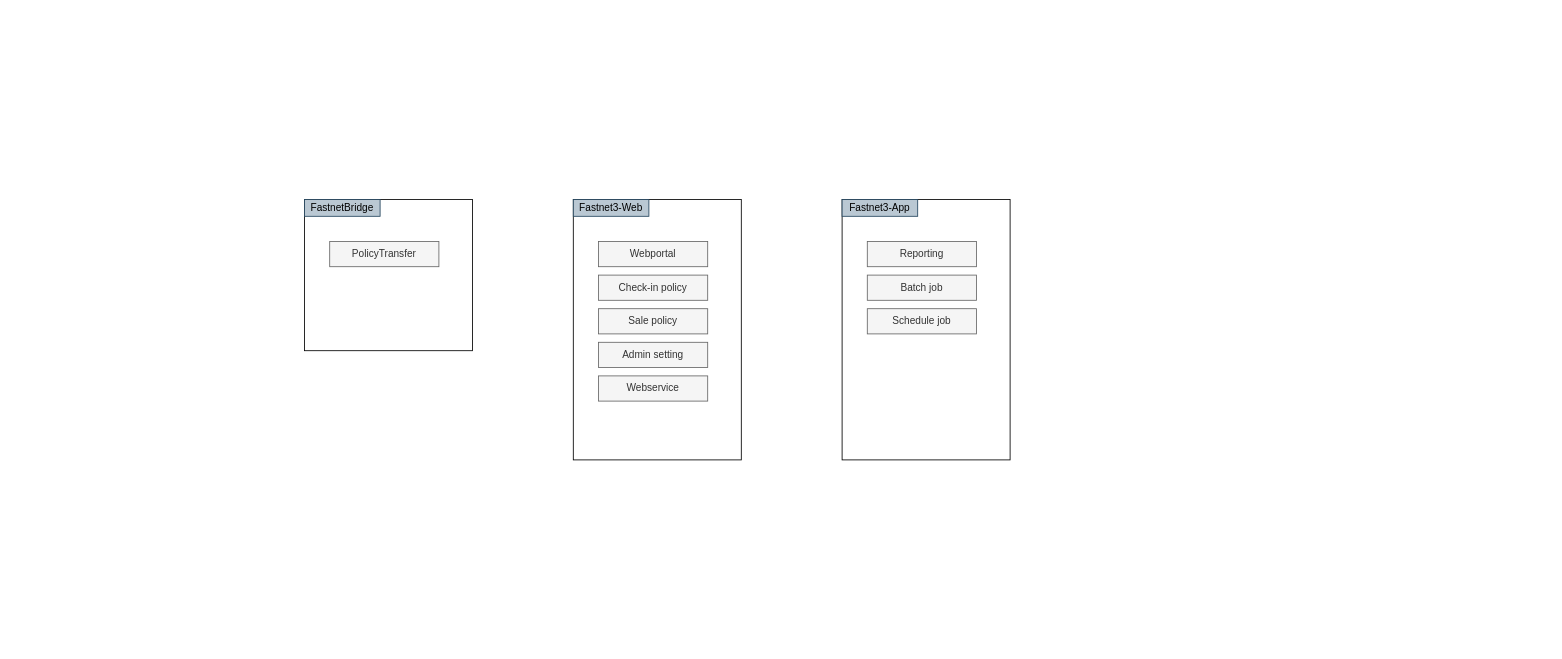
The draw.io diagram FN3-overview.drawio in phatcharalaw/my-doc, before the edit. Source tidied: cells renumbered, new cells numbered last; positions are measured from the earlier drawing's top-left corner, leaving out a move shared by most shapes. Both pictures are drawn from the tidied source at 84%, with x=0, y=0 at pixel (304, 199).
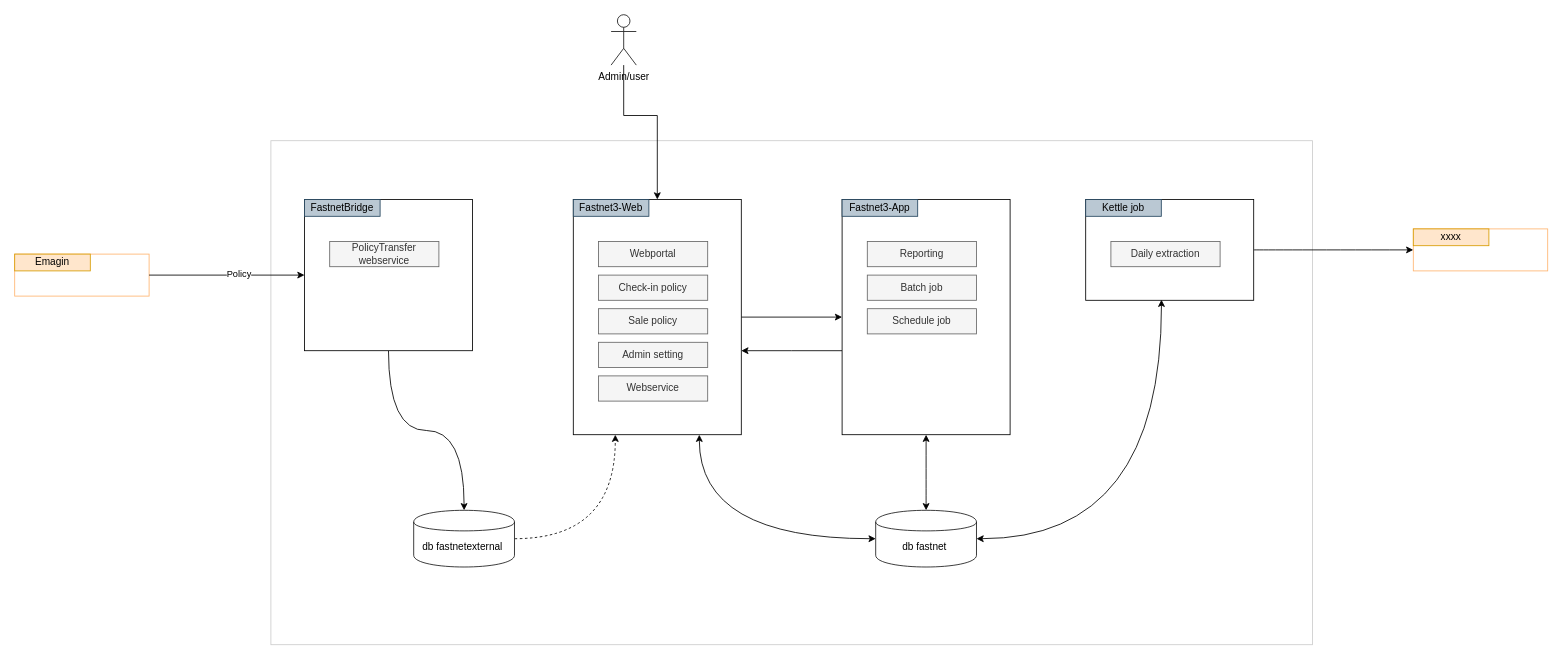
The same page after the edit.

Unchanged cells that the change refers to:
```xml
<mxCell id="2" style="rounded=0;whiteSpace=wrap;html=1;" parent="1" vertex="1">
  <mxGeometry width="200" height="180" as="geometry" />
</mxCell>
```

Change to the diagram source:
```diff
@@
+    <mxCell id="17" style="rounded=0;whiteSpace=wrap;html=1;strokeColor=#FFB570;" parent="1" vertex="1">
+      <mxGeometry x="-345" y="65" width="160" height="50" as="geometry" />
+    </mxCell>
+    <mxCell id="18" style="rounded=0;whiteSpace=wrap;html=1;strokeColor=#CCCCCC;" parent="1" vertex="1">
+      <mxGeometry x="-40" y="-70" width="1240" height="600" as="geometry" />
+    </mxCell>
+    <mxCell id="19" style="edgeStyle=orthogonalEdgeStyle;rounded=0;jettySize=auto;html=1;entryX=0.5;entryY=0;entryDx=0;entryDy=0;curved=1;" parent="1" edge="1" source="2" target="33">
+      <mxGeometry relative="1" as="geometry" />
+    </mxCell>
@@
-    <mxCell id="4" value="PolicyTransfer" style="rounded=0;whiteSpace=wrap;html=1;fillColor=#f5f5f5;strokeColor=#666666;fontColor=#333333;" parent="1" vertex="1">
+    <mxCell id="4" value="PolicyTransfer webservice" style="rounded=0;whiteSpace=wrap;html=1;fillColor=#f5f5f5;strokeColor=#666666;fontColor=#333333;" parent="1" vertex="1">
       <mxGeometry x="30" y="50" width="130" height="30" as="geometry" />
     </mxCell>
+    <mxCell id="20" style="edgeStyle=orthogonalEdgeStyle;rounded=0;jettySize=auto;html=1;entryX=0;entryY=0.5;entryDx=0;entryDy=0;" parent="1" edge="1" source="5" target="11">
+      <mxGeometry relative="1" as="geometry" />
+    </mxCell>
     <mxCell id="5" style="rounded=0;whiteSpace=wrap;html=1;" parent="1" vertex="1">
-      <mxGeometry x="320" width="200" height="310" as="geometry" />
+      <mxGeometry x="320" width="200" height="280" as="geometry" />
     </mxCell>
@@
+    <mxCell id="21" style="edgeStyle=orthogonalEdgeStyle;rounded=0;jettySize=auto;html=1;" parent="1" edge="1" source="11" target="5">
+      <mxGeometry relative="1" as="geometry">
+        <Array as="points">
+          <mxPoint x="580" y="180" />
+          <mxPoint x="580" y="180" />
+        </Array>
+      </mxGeometry>
+    </mxCell>
     <mxCell id="11" style="rounded=0;whiteSpace=wrap;html=1;" parent="1" vertex="1">
-      <mxGeometry x="640" width="200" height="310" as="geometry" />
+      <mxGeometry x="640" width="200" height="280" as="geometry" />
     </mxCell>
@@
+    <mxCell id="22" style="edgeStyle=orthogonalEdgeStyle;rounded=0;jettySize=auto;html=1;" parent="1" edge="1" source="17" target="2">
+      <mxGeometry relative="1" as="geometry" />
+    </mxCell>
+    <mxCell id="23" value="Policy" style="edgeLabel;html=1;align=center;verticalAlign=middle;" parent="22" vertex="1">
+      <mxGeometry x="0.14" y="2" relative="1" as="geometry">
+        <mxPoint x="1" as="offset" />
+      </mxGeometry>
+    </mxCell>
+    <mxCell id="24" style="group;" parent="1" vertex="1">
+      <mxGeometry x="-345" y="65" width="160" height="50" as="geometry" />
+    </mxCell>
+    <mxCell id="25" value="Emagin" style="rounded=0;whiteSpace=wrap;html=1;fillColor=#ffe6cc;strokeColor=#d79b00;" parent="24" vertex="1">
+      <mxGeometry width="90" height="20" as="geometry" />
+    </mxCell>
+    <mxCell id="26" style="edgeStyle=orthogonalEdgeStyle;rounded=0;jettySize=auto;html=1;entryX=0.5;entryY=0;entryDx=0;entryDy=0;" parent="1" edge="1" source="27" target="5">
+      <mxGeometry relative="1" as="geometry">
+        <Array as="points">
+          <mxPoint x="380" y="-100" />
+          <mxPoint x="420" y="-100" />
+        </Array>
+      </mxGeometry>
+    </mxCell>
+    <mxCell id="27" value="Admin/user" style="shape=umlActor;verticalLabelPosition=bottom;verticalAlign=top;html=1;outlineConnect=0;strokeColor=#1A1A1A;" parent="1" vertex="1">
+      <mxGeometry x="365" y="-220" width="30" height="60" as="geometry" />
+    </mxCell>
+    <mxCell id="28" style="edgeStyle=orthogonalEdgeStyle;curved=1;rounded=0;jettySize=auto;html=1;entryX=0;entryY=0.5;entryDx=0;entryDy=0;startArrow=none;startFill=0;endArrow=classic;endFill=1;" parent="1" edge="1" source="29" target="38">
+      <mxGeometry relative="1" as="geometry" />
+    </mxCell>
+    <mxCell id="29" style="rounded=0;whiteSpace=wrap;html=1;" parent="1" vertex="1">
+      <mxGeometry x="930" width="200" height="120" as="geometry" />
+    </mxCell>
+    <mxCell id="30" value="Kettle job" style="rounded=0;whiteSpace=wrap;html=1;fillColor=#bac8d3;strokeColor=#23445d;" parent="1" vertex="1">
+      <mxGeometry x="930" width="90" height="20" as="geometry" />
+    </mxCell>
+    <mxCell id="31" value="Daily extraction" style="rounded=0;whiteSpace=wrap;html=1;fillColor=#f5f5f5;strokeColor=#666666;fontColor=#333333;" parent="1" vertex="1">
+      <mxGeometry x="960" y="50" width="130" height="30" as="geometry" />
+    </mxCell>
+    <mxCell id="32" style="edgeStyle=orthogonalEdgeStyle;curved=1;rounded=0;jettySize=auto;html=1;entryX=0.25;entryY=1;entryDx=0;entryDy=0;dashed=1;" parent="1" edge="1" source="33" target="5">
+      <mxGeometry relative="1" as="geometry" />
+    </mxCell>
+    <mxCell id="33" value="db fastnetexternal&amp;nbsp;" style="shape=cylinder;whiteSpace=wrap;html=1;boundedLbl=1;backgroundOutline=1;strokeColor=#1A1A1A;" parent="1" vertex="1">
+      <mxGeometry x="130" y="370" width="120" height="67.5" as="geometry" />
+    </mxCell>
+    <mxCell id="34" style="edgeStyle=orthogonalEdgeStyle;curved=1;rounded=0;jettySize=auto;html=1;entryX=0.75;entryY=1;entryDx=0;entryDy=0;endArrow=classic;endFill=1;startArrow=classic;startFill=1;" parent="1" edge="1" source="37" target="5">
+      <mxGeometry relative="1" as="geometry" />
+    </mxCell>
+    <mxCell id="35" style="edgeStyle=orthogonalEdgeStyle;curved=1;rounded=0;jettySize=auto;html=1;startArrow=classic;startFill=1;endArrow=classic;endFill=1;" parent="1" edge="1" source="37" target="11">
+      <mxGeometry relative="1" as="geometry" />
+    </mxCell>
+    <mxCell id="36" style="edgeStyle=orthogonalEdgeStyle;curved=1;rounded=0;jettySize=auto;html=1;entryX=0.451;entryY=0.994;entryDx=0;entryDy=0;entryPerimeter=0;startArrow=classic;startFill=1;endArrow=classic;endFill=1;" parent="1" edge="1" source="37" target="29">
+      <mxGeometry relative="1" as="geometry" />
+    </mxCell>
+    <mxCell id="37" value="db fastnet&amp;nbsp;" style="shape=cylinder;whiteSpace=wrap;html=1;boundedLbl=1;backgroundOutline=1;strokeColor=#1A1A1A;" parent="1" vertex="1">
+      <mxGeometry x="680" y="370" width="120" height="67.5" as="geometry" />
+    </mxCell>
+    <mxCell id="38" style="rounded=0;whiteSpace=wrap;html=1;strokeColor=#FFB570;" parent="1" vertex="1">
+      <mxGeometry x="1320" y="35" width="160" height="50" as="geometry" />
+    </mxCell>
+    <mxCell id="39" style="group;" parent="1" vertex="1">
+      <mxGeometry x="1320" width="160" height="50" as="geometry" />
+    </mxCell>
+    <mxCell id="40" value="xxxx" style="rounded=0;whiteSpace=wrap;html=1;fillColor=#ffe6cc;strokeColor=#d79b00;" parent="39" vertex="1">
+      <mxGeometry y="35" width="90" height="20" as="geometry" />
+    </mxCell>
```
